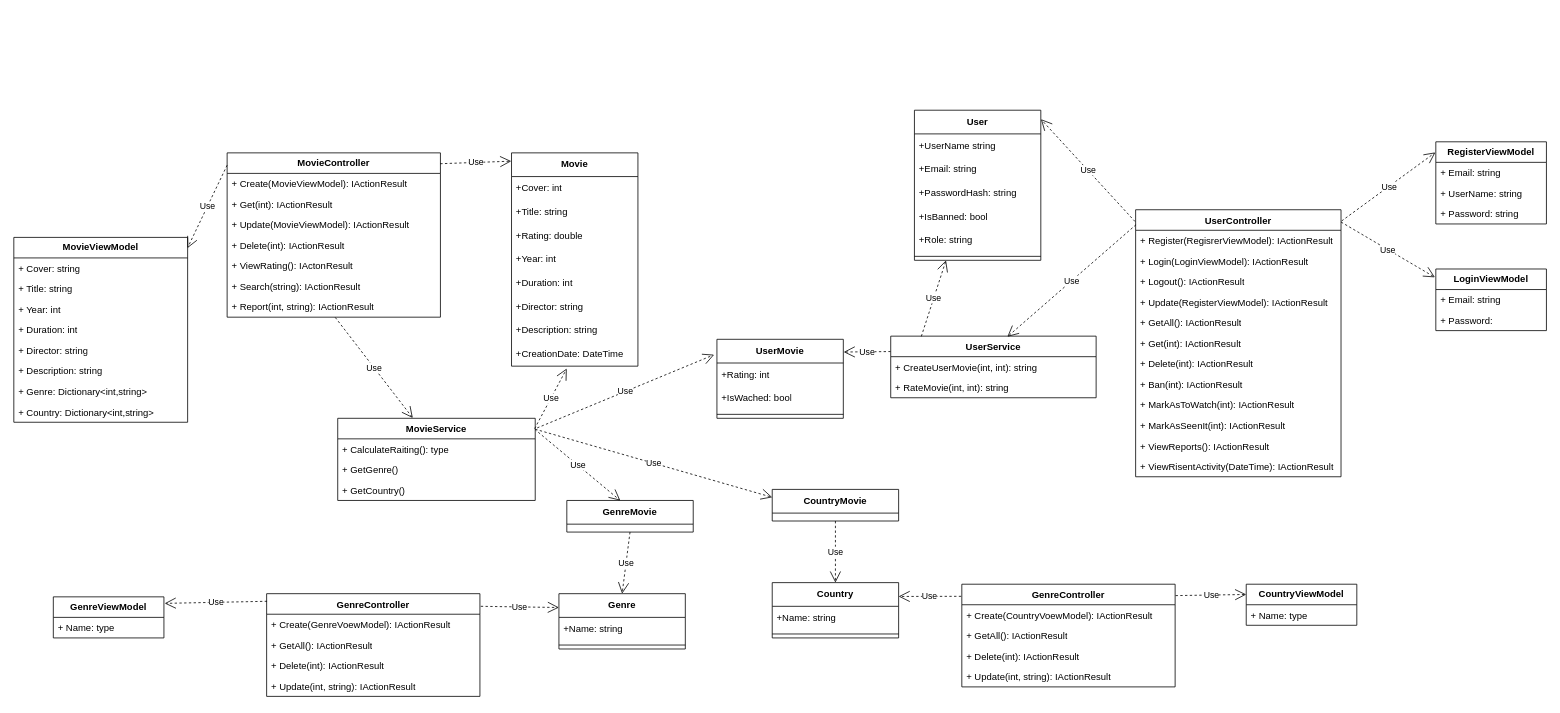
Before: page "Page-1" (1 of 2) of Requirements/StaticModel/ClassDiagram.drawio in KavomanyOrganization/MovieList, a draw.io diagram. Source tidied: cells renumbered, new cells numbered last; positions are measured from the earlier drawing's top-left corner, leaving out a move shared by most shapes. Both pictures are drawn from the tidied source at 79%, with x=0, y=0 at pixel (13, 110).
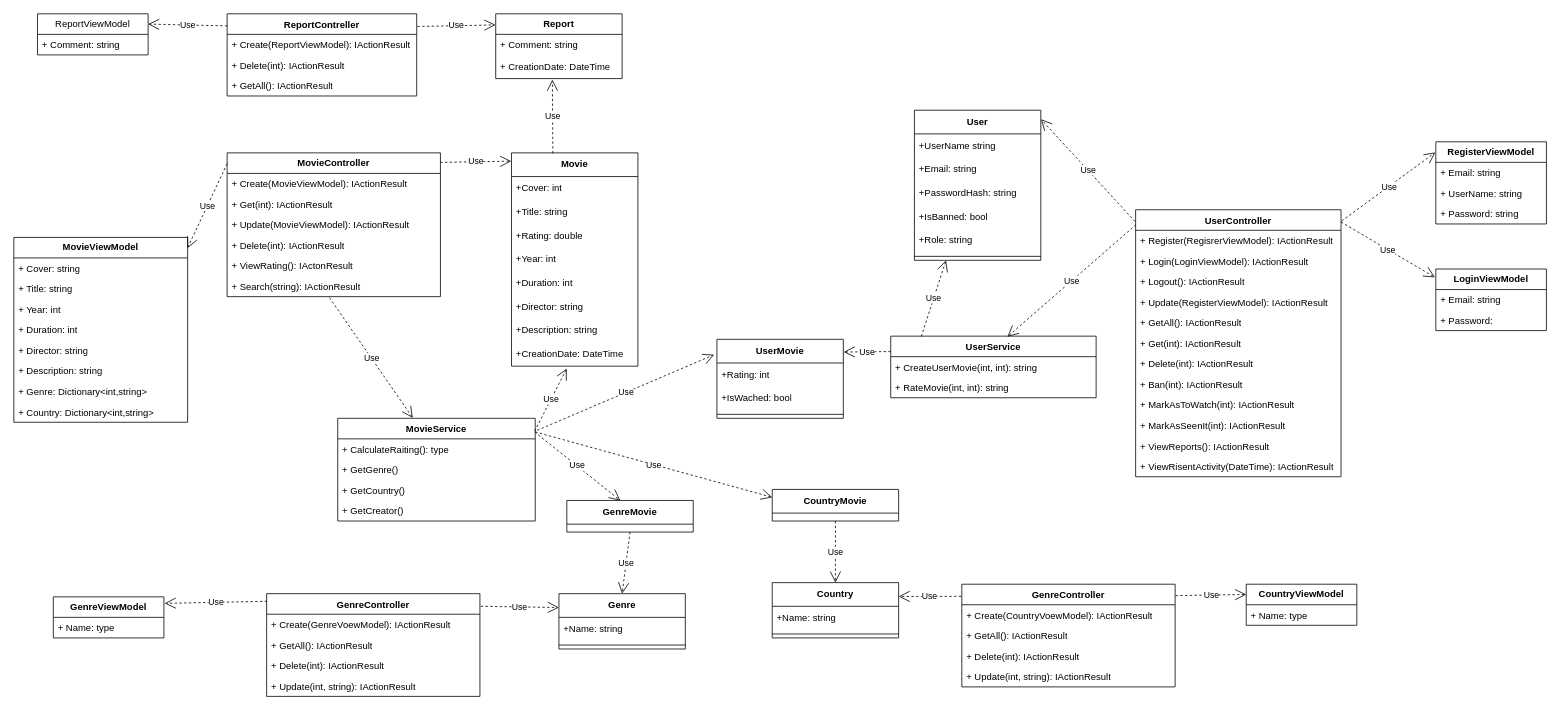
The same page after the edit.

Commit message (it also covers changes not shown here):
Update DeploymentDiagram.drawio for improved structure and clarity

The change refers to these unchanged cells:
```xml
<mxCell id="9" value="&lt;b&gt;Movie&lt;/b&gt;" style="swimlane;fontStyle=0;horizontal=1;startSize=30;whiteSpace=wrap;html=1;" parent="1" vertex="1">
  <mxGeometry x="630" y="54" width="160" height="270" as="geometry" />
</mxCell>
<mxCell id="31" value="+ Search(string): IActionResult" style="text;strokeColor=none;fillColor=none;align=left;verticalAlign=top;spacingLeft=4;spacingRight=4;overflow=hidden;points=[[0,0.5],[1,0.5]];portConstraint=eastwest;whiteSpace=wrap;html=1;" parent="25" vertex="1">
  <mxGeometry y="156" width="270" height="26" as="geometry" />
</mxCell>
```

The edit, as a diff of the source:
```diff
@@
     <mxCell id="25" value="&lt;b&gt;MovieController&lt;/b&gt;" style="swimlane;fontStyle=0;horizontal=1;startSize=26;fillColor=none;whiteSpace=wrap;html=1;" parent="1" vertex="1">
-      <mxGeometry x="270" y="54" width="270" height="208" as="geometry" />
+      <mxGeometry x="270" y="54" width="270" height="182" as="geometry" />
     </mxCell>
@@
-    <mxCell id="32" value="+ Report(int, string): IActionResult" style="text;strokeColor=none;fillColor=none;align=left;verticalAlign=top;spacingLeft=4;spacingRight=4;overflow=hidden;points=[[0,0.5],[1,0.5]];portConstraint=eastwest;whiteSpace=wrap;html=1;" parent="25" vertex="1">
-      <mxGeometry y="182" width="270" height="26" as="geometry" />
-    </mxCell>
@@
     <mxCell id="94" value="MovieService" style="swimlane;fontStyle=1;align=center;verticalAlign=top;horizontal=1;startSize=26;whiteSpace=wrap;html=1;" parent="1" vertex="1">
-      <mxGeometry x="410" y="390" width="250" height="104" as="geometry" />
+      <mxGeometry x="410" y="390" width="250" height="130" as="geometry" />
     </mxCell>
@@
+    <mxCell id="107" value="&lt;span style=&quot;color: rgb(0, 0, 0);&quot;&gt;+ GetCreator()&lt;/span&gt;" style="text;strokeColor=none;fillColor=none;align=left;verticalAlign=top;spacingLeft=4;spacingRight=4;overflow=hidden;whiteSpace=wrap;html=1;" parent="94" vertex="1">
+      <mxGeometry y="104" width="250" height="26" as="geometry" />
+    </mxCell>
@@
-    <mxCell id="101" value="Use" style="endArrow=open;endSize=12;dashed=1;html=1;exitX=0.507;exitY=1.012;exitDx=0;exitDy=0;exitPerimeter=0;entryX=0.38;entryY=-0.004;entryDx=0;entryDy=0;entryPerimeter=0;" parent="1" edge="1" source="32" target="94">
+    <mxCell id="101" value="Use" style="endArrow=open;endSize=12;dashed=1;html=1;exitX=0.48;exitY=1.051;exitDx=0;exitDy=0;exitPerimeter=0;entryX=0.38;entryY=-0.004;entryDx=0;entryDy=0;entryPerimeter=0;" parent="1" edge="1" source="31" target="94">
       <mxGeometry relative="1" as="geometry" />
     </mxCell>
@@
+    <mxCell id="108" value="&lt;b&gt;Report&lt;/b&gt;" style="swimlane;fontStyle=0;horizontal=1;startSize=26;fillColor=none;whiteSpace=wrap;html=1;" parent="1" vertex="1">
+      <mxGeometry x="610" y="-122" width="160" height="82" as="geometry" />
+    </mxCell>
+    <mxCell id="109" value="+ Comment: string&amp;nbsp;" style="text;strokeColor=none;fillColor=none;align=left;verticalAlign=top;spacingLeft=4;spacingRight=4;overflow=hidden;whiteSpace=wrap;html=1;" parent="108" vertex="1">
+      <mxGeometry y="26" width="160" height="26" as="geometry" />
+    </mxCell>
+    <mxCell id="110" value="+ CreationDate: DateTime" style="text;strokeColor=none;fillColor=none;align=left;verticalAlign=middle;spacingLeft=4;spacingRight=4;overflow=hidden;points=[[0,0.5],[1,0.5]];portConstraint=eastwest;whiteSpace=wrap;html=1;" parent="108" vertex="1">
+      <mxGeometry y="52" width="160" height="30" as="geometry" />
+    </mxCell>
+    <mxCell id="111" value="ReportContreller" style="swimlane;fontStyle=1;align=center;verticalAlign=top;horizontal=1;startSize=26;whiteSpace=wrap;html=1;" parent="1" vertex="1">
+      <mxGeometry x="270" y="-122" width="240" height="104" as="geometry" />
+    </mxCell>
+    <mxCell id="112" value="+ Create(ReportViewModel): IActionResult" style="text;strokeColor=none;fillColor=none;align=left;verticalAlign=top;spacingLeft=4;spacingRight=4;overflow=hidden;whiteSpace=wrap;html=1;" parent="111" vertex="1">
+      <mxGeometry y="26" width="240" height="26" as="geometry" />
+    </mxCell>
+    <mxCell id="113" value="+ Delete(int): IActionResult" style="text;strokeColor=none;fillColor=none;align=left;verticalAlign=top;spacingLeft=4;spacingRight=4;overflow=hidden;whiteSpace=wrap;html=1;" parent="111" vertex="1">
+      <mxGeometry y="52" width="240" height="26" as="geometry" />
+    </mxCell>
+    <mxCell id="114" value="+ GetAll(): IActionResult" style="text;strokeColor=none;fillColor=none;align=left;verticalAlign=top;spacingLeft=4;spacingRight=4;overflow=hidden;whiteSpace=wrap;html=1;" parent="111" vertex="1">
+      <mxGeometry y="78" width="240" height="26" as="geometry" />
+    </mxCell>
+    <mxCell id="115" value="Use" style="endArrow=open;endSize=12;dashed=1;html=1;exitX=0.327;exitY=0.002;exitDx=0;exitDy=0;exitPerimeter=0;entryX=0.448;entryY=1.044;entryDx=0;entryDy=0;entryPerimeter=0;" parent="1" edge="1" source="9" target="110">
+      <mxGeometry relative="1" as="geometry" />
+    </mxCell>
+    <mxCell id="116" value="Use" style="endArrow=open;endSize=12;dashed=1;html=1;exitX=1.004;exitY=0.154;exitDx=0;exitDy=0;exitPerimeter=0;entryX=-0.002;entryY=0.171;entryDx=0;entryDy=0;entryPerimeter=0;" parent="1" edge="1" source="111" target="108">
+      <mxGeometry relative="1" as="geometry" />
+    </mxCell>
+    <mxCell id="117" value="ReportViewModel" style="swimlane;fontStyle=0;horizontal=1;startSize=26;fillColor=none;whiteSpace=wrap;html=1;" parent="1" vertex="1">
+      <mxGeometry x="30" y="-122" width="140" height="52" as="geometry" />
+    </mxCell>
+    <mxCell id="118" value="+ Comment: string" style="text;strokeColor=none;fillColor=none;align=left;verticalAlign=top;spacingLeft=4;spacingRight=4;overflow=hidden;whiteSpace=wrap;html=1;" parent="117" vertex="1">
+      <mxGeometry y="26" width="140" height="26" as="geometry" />
+    </mxCell>
+    <mxCell id="119" value="Use" style="endArrow=open;endSize=12;dashed=1;html=1;exitX=0.001;exitY=0.147;exitDx=0;exitDy=0;exitPerimeter=0;entryX=1;entryY=0.25;entryDx=0;entryDy=0;" parent="1" edge="1" source="111" target="117">
+      <mxGeometry relative="1" as="geometry" />
+    </mxCell>
```
